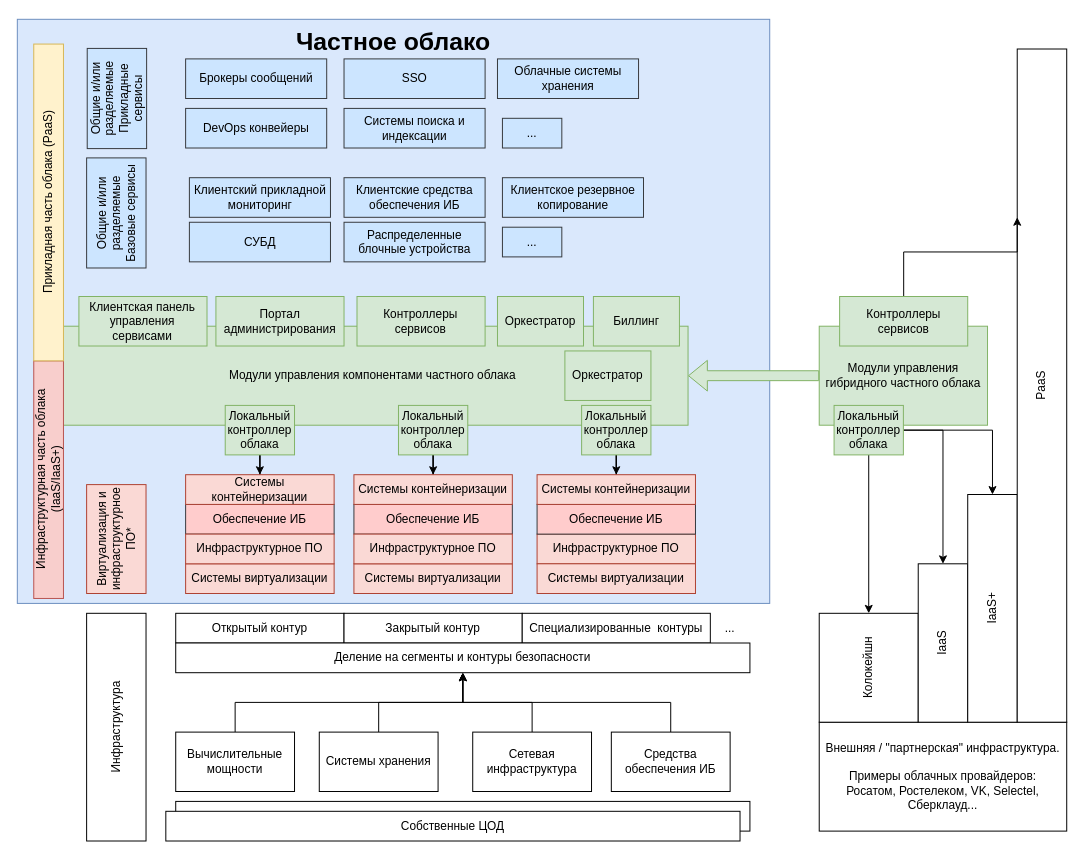
madbox/c-unit keeps this draw.io diagram as PSB-cloud.drawio. Above is the earlier version. Source tidied: cells renumbered, new cells numbered last; positions are measured from the earlier drawing's top-left corner, leaving out a move shared by most shapes. Both pictures are drawn from the tidied source at 99%, with x=0, y=0 at pixel (-110, 19).
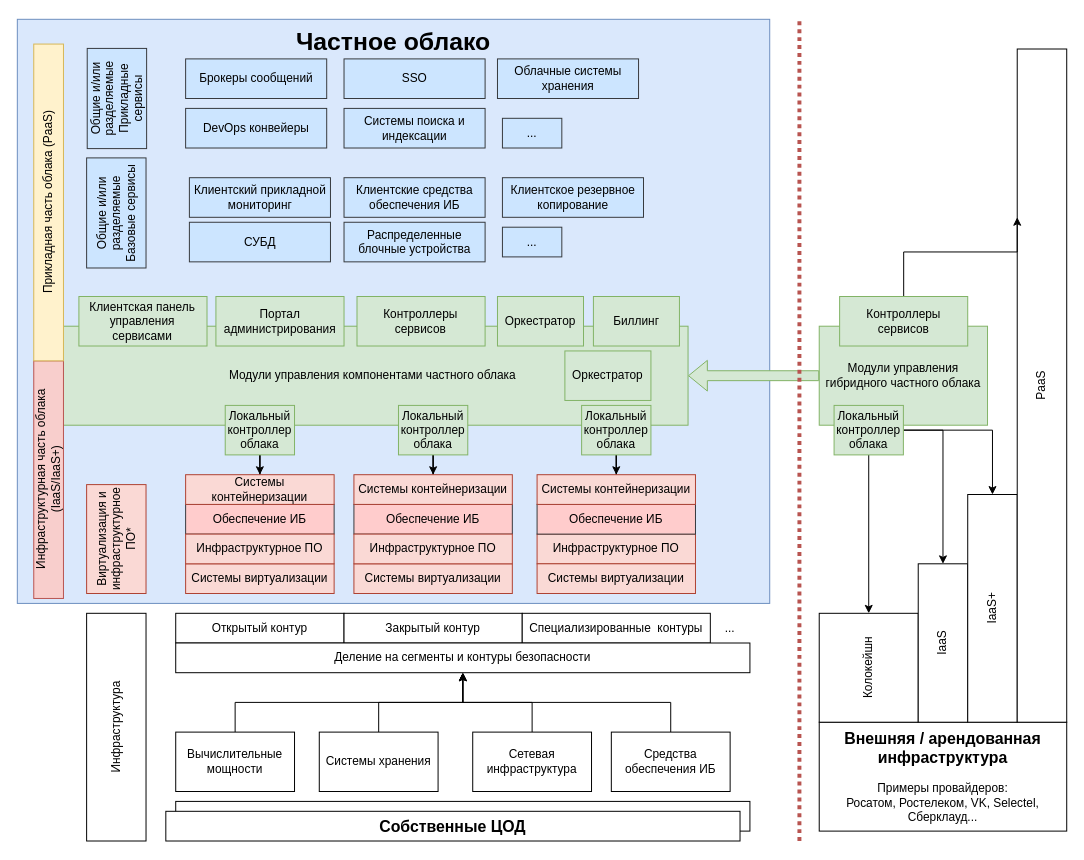
Above is the later version.

Diff of the diagram source:
```diff
@@
-    <mxCell id="34" value="Собственные ЦОД" style="rounded=0;whiteSpace=wrap;html=1;" parent="1" vertex="1">
+    <mxCell id="34" value="Собственные ЦОД" style="rounded=0;whiteSpace=wrap;html=1;fontSize=16;fontStyle=1;" parent="1" vertex="1">
       <mxGeometry x="278" y="800" width="580" height="30" as="geometry" />
     </mxCell>
-    <mxCell id="35" value="&lt;div&gt;Внешняя / &quot;партнерская&quot; инфраструктура.&lt;/div&gt;&lt;br&gt;Примеры облачных провайдеров:&lt;br&gt;Росатом, Ростелеком, VK, Selectel, Сберклауд..." style="rounded=0;whiteSpace=wrap;html=1;" parent="1" vertex="1">
+    <mxCell id="35" value="&lt;div&gt;&lt;font style=&quot;font-size: 16px;&quot;&gt;&lt;b&gt;Внешняя / арендованная инфраструктура&lt;/b&gt;&lt;/font&gt;&lt;/div&gt;&lt;br&gt;Примеры провайдеров:&lt;br&gt;Росатом, Ростелеком, VK, Selectel, Сберклауд..." style="rounded=0;whiteSpace=wrap;html=1;" parent="1" vertex="1">
       <mxGeometry x="938" y="710" width="250" height="110" as="geometry" />
     </mxCell>
@@
+    <mxCell id="74" style="endArrow=none;dashed=1;html=1;rounded=0;fontSize=12;strokeWidth=4;fillColor=#f8cecc;strokeColor=#b85450;dashPattern=1 1;" parent="1" edge="1">
+      <mxGeometry relative="1" as="geometry">
+        <mxPoint x="918" y="830" as="sourcePoint" />
+        <mxPoint x="918" as="targetPoint" />
+      </mxGeometry>
+    </mxCell>
```
